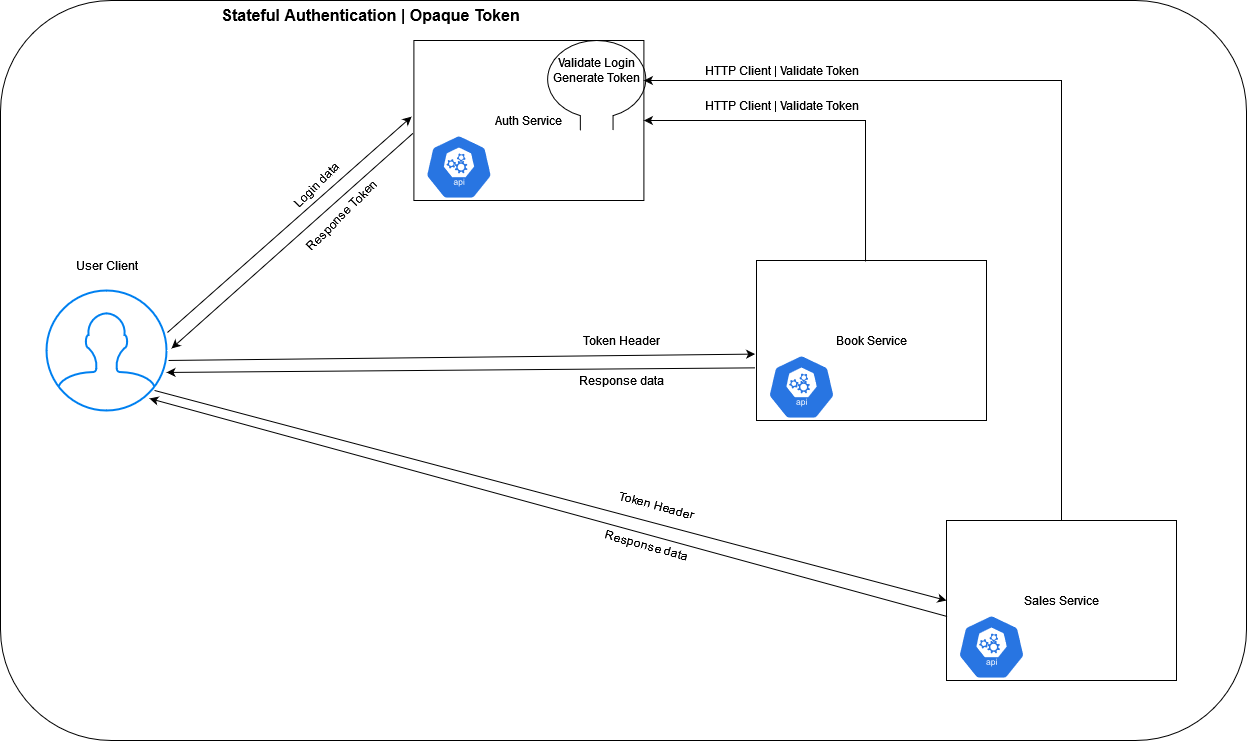
Above: Conteúdos/Stateful Auth.png in vhnegrisoli/curso-udemy-autenticacao-stateless-stateful-microsservicos (draw.io), before the change. Source tidied: cells renumbered, new cells last; positions are measured from the earlier drawing's top-left corner, leaving out a move shared by most shapes.
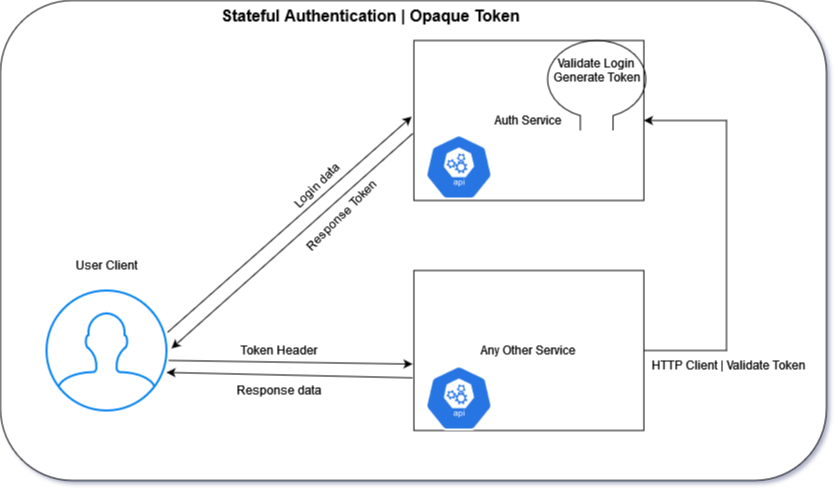
After the commit.

Change to the diagram source:
```diff
@@ -3,7 +3,7 @@
     <mxCell id="0" />
     <mxCell id="1" parent="0" />
     <mxCell id="2" style="rounded=1;whiteSpace=wrap;html=1;fontStyle=1;" parent="1" vertex="1">
-      <mxGeometry width="1246" height="740" as="geometry" />
+      <mxGeometry width="826" height="480" as="geometry" />
     </mxCell>
     <mxCell id="3" style="html=1;verticalLabelPosition=bottom;align=center;labelBackgroundColor=#ffffff;verticalAlign=top;strokeWidth=2;strokeColor=#0080F0;shadow=0;dashed=0;shape=mxgraph.ios7.icons.user;" parent="1" vertex="1">
       <mxGeometry x="46" y="290" width="120" height="120" as="geometry" />
@@ -23,33 +23,21 @@
     <mxCell id="8" value="User Client" style="text;html=1;align=center;verticalAlign=middle;strokeColor=none;fillColor=none;" parent="1" vertex="1">
       <mxGeometry x="66" y="250" width="80" height="30" as="geometry" />
     </mxCell>
-    <mxCell id="9" value="Book Service" style="rounded=0;whiteSpace=wrap;html=1;" parent="1" vertex="1">
-      <mxGeometry x="756" y="260" width="230" height="160" as="geometry" />
+    <mxCell id="9" value="Any Other Service" style="rounded=0;whiteSpace=wrap;html=1;" parent="1" vertex="1">
+      <mxGeometry x="413.4" y="270" width="230" height="160" as="geometry" />
     </mxCell>
-    <mxCell id="10" value="Sales Service" style="rounded=0;whiteSpace=wrap;html=1;" parent="1" vertex="1">
-      <mxGeometry x="946" y="520" width="230" height="160" as="geometry" />
-    </mxCell>
     <mxCell id="11" style="endArrow=classic;html=1;rounded=0;exitX=1.017;exitY=0.583;exitDx=0;exitDy=0;exitPerimeter=0;entryX=-0.006;entryY=0.585;entryDx=0;entryDy=0;entryPerimeter=0;" parent="1" edge="1" source="3" target="9">
       <mxGeometry relative="1" as="geometry" />
     </mxCell>
     <mxCell id="12" value="Token Header" style="text;html=1;align=center;verticalAlign=middle;strokeColor=none;fillColor=none;" parent="1" vertex="1">
-      <mxGeometry x="576" y="325" width="90" height="30" as="geometry" />
+      <mxGeometry x="233.4" y="335" width="90" height="30" as="geometry" />
     </mxCell>
     <mxCell id="13" style="endArrow=classic;html=1;rounded=0;exitX=-0.006;exitY=0.671;exitDx=0;exitDy=0;exitPerimeter=0;entryX=1;entryY=0.683;entryDx=0;entryDy=0;entryPerimeter=0;" parent="1" edge="1" source="9" target="3">
       <mxGeometry relative="1" as="geometry" />
     </mxCell>
     <mxCell id="14" value="Response data" style="text;html=1;align=center;verticalAlign=middle;strokeColor=none;fillColor=none;" parent="1" vertex="1">
-      <mxGeometry x="571" y="365" width="100" height="30" as="geometry" />
+      <mxGeometry x="228.4" y="375" width="100" height="30" as="geometry" />
     </mxCell>
-    <mxCell id="15" style="endArrow=classic;html=1;rounded=0;exitX=0.9;exitY=0.833;exitDx=0;exitDy=0;exitPerimeter=0;entryX=0;entryY=0.5;entryDx=0;entryDy=0;" parent="1" edge="1" source="3" target="10">
-      <mxGeometry relative="1" as="geometry" />
-    </mxCell>
-    <mxCell id="16" style="endArrow=classic;html=1;rounded=0;exitX=0.003;exitY=0.6;exitDx=0;exitDy=0;entryX=0.858;entryY=0.9;entryDx=0;entryDy=0;entryPerimeter=0;exitPerimeter=0;" parent="1" edge="1" source="10" target="3">
-      <mxGeometry relative="1" as="geometry" />
-    </mxCell>
-    <mxCell id="17" value="Response data" style="text;html=1;align=center;verticalAlign=middle;strokeColor=none;fillColor=none;rotation=15;" parent="1" vertex="1">
-      <mxGeometry x="596" y="530" width="100" height="30" as="geometry" />
-    </mxCell>
     <mxCell id="18" value="&lt;div&gt;Auth Service&lt;/div&gt;" style="rounded=0;whiteSpace=wrap;html=1;" parent="1" vertex="1">
       <mxGeometry x="413.4" y="40" width="230" height="160" as="geometry" />
     </mxCell>
@@ -62,37 +50,22 @@
     <mxCell id="21" value="&lt;b style=&quot;font-size: 16px;&quot;&gt;Stateful Authentication | Opaque Token&lt;br style=&quot;font-size: 16px;&quot;&gt;&lt;/b&gt;" style="text;html=1;align=center;verticalAlign=middle;strokeColor=none;fillColor=none;fontSize=16;" parent="1" vertex="1">
       <mxGeometry x="210" width="320" height="30" as="geometry" />
     </mxCell>
-    <mxCell id="22" value="Token Header" style="text;html=1;align=center;verticalAlign=middle;strokeColor=none;fillColor=none;rotation=15;" parent="1" vertex="1">
-      <mxGeometry x="611" y="490" width="90" height="30" as="geometry" />
-    </mxCell>
-    <mxCell id="23" style="endArrow=classic;html=1;rounded=0;entryX=1;entryY=0.5;entryDx=0;entryDy=0;exitX=0.474;exitY=0.006;exitDx=0;exitDy=0;exitPerimeter=0;" parent="1" edge="1" source="9" target="18">
+    <mxCell id="23" style="endArrow=classic;html=1;rounded=0;entryX=1;entryY=0.5;entryDx=0;entryDy=0;exitX=1;exitY=0.5;exitDx=0;exitDy=0;" parent="1" edge="1" source="9" target="18">
       <mxGeometry relative="1" as="geometry">
         <Array as="points">
-          <mxPoint x="865" y="120" />
+          <mxPoint x="726" y="350" />
+          <mxPoint x="726" y="120" />
         </Array>
       </mxGeometry>
     </mxCell>
     <mxCell id="24" value="HTTP Client | Validate Token" style="text;html=1;align=center;verticalAlign=middle;strokeColor=none;fillColor=none;" parent="1" vertex="1">
-      <mxGeometry x="696" y="90" width="170" height="30" as="geometry" />
+      <mxGeometry x="643.4" y="350" width="170" height="30" as="geometry" />
     </mxCell>
-    <mxCell id="25" style="endArrow=classic;html=1;rounded=0;entryX=1;entryY=0.25;entryDx=0;entryDy=0;exitX=0.5;exitY=0;exitDx=0;exitDy=0;" parent="1" edge="1" source="10" target="18">
-      <mxGeometry relative="1" as="geometry">
-        <Array as="points">
-          <mxPoint x="1061" y="80" />
-        </Array>
-      </mxGeometry>
-    </mxCell>
-    <mxCell id="26" value="HTTP Client | Validate Token" style="text;html=1;align=center;verticalAlign=middle;strokeColor=none;fillColor=none;" parent="1" vertex="1">
-      <mxGeometry x="696" y="55" width="170" height="30" as="geometry" />
-    </mxCell>
     <mxCell id="27" style="sketch=0;html=1;dashed=0;whitespace=wrap;fillColor=#2875E2;strokeColor=#ffffff;verticalLabelPosition=bottom;align=center;verticalAlign=top;shape=mxgraph.kubernetes.icon;prIcon=api;" parent="1" vertex="1">
       <mxGeometry x="413.4" y="134" width="90" height="65" as="geometry" />
     </mxCell>
     <mxCell id="28" style="sketch=0;html=1;dashed=0;whitespace=wrap;fillColor=#2875E2;strokeColor=#ffffff;verticalLabelPosition=bottom;align=center;verticalAlign=top;shape=mxgraph.kubernetes.icon;prIcon=api;" parent="1" vertex="1">
-      <mxGeometry x="756" y="354" width="90" height="65" as="geometry" />
+      <mxGeometry x="413.4" y="365" width="90" height="65" as="geometry" />
     </mxCell>
-    <mxCell id="29" style="sketch=0;html=1;dashed=0;whitespace=wrap;fillColor=#2875E2;strokeColor=#ffffff;verticalLabelPosition=bottom;align=center;verticalAlign=top;shape=mxgraph.kubernetes.icon;prIcon=api;" parent="1" vertex="1">
-      <mxGeometry x="946" y="614" width="90" height="65" as="geometry" />
-    </mxCell>
   </root>
 </mxGraphModel>
```
